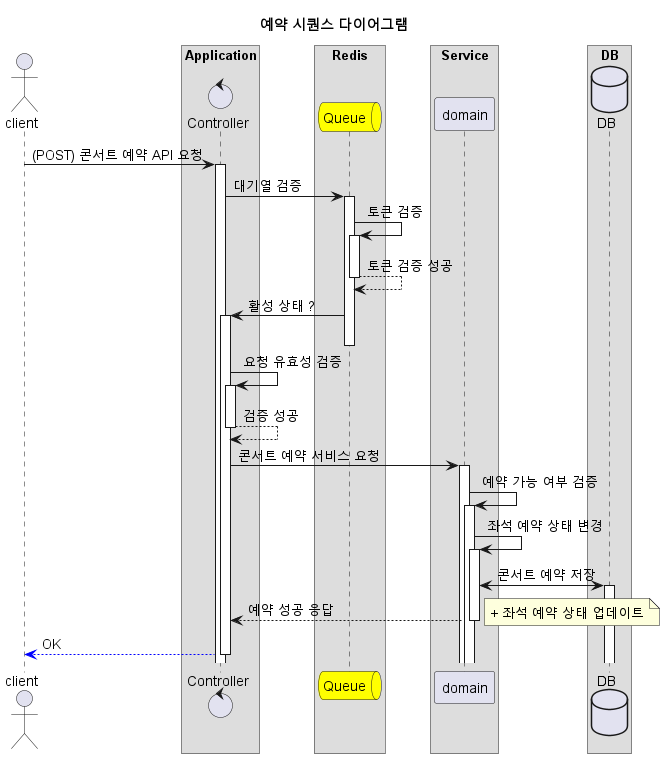
Above: docs/sequencediagram/booking/booking_sequence_diagram.png in johnowlee/concert-booking (PlantUML), before the change.
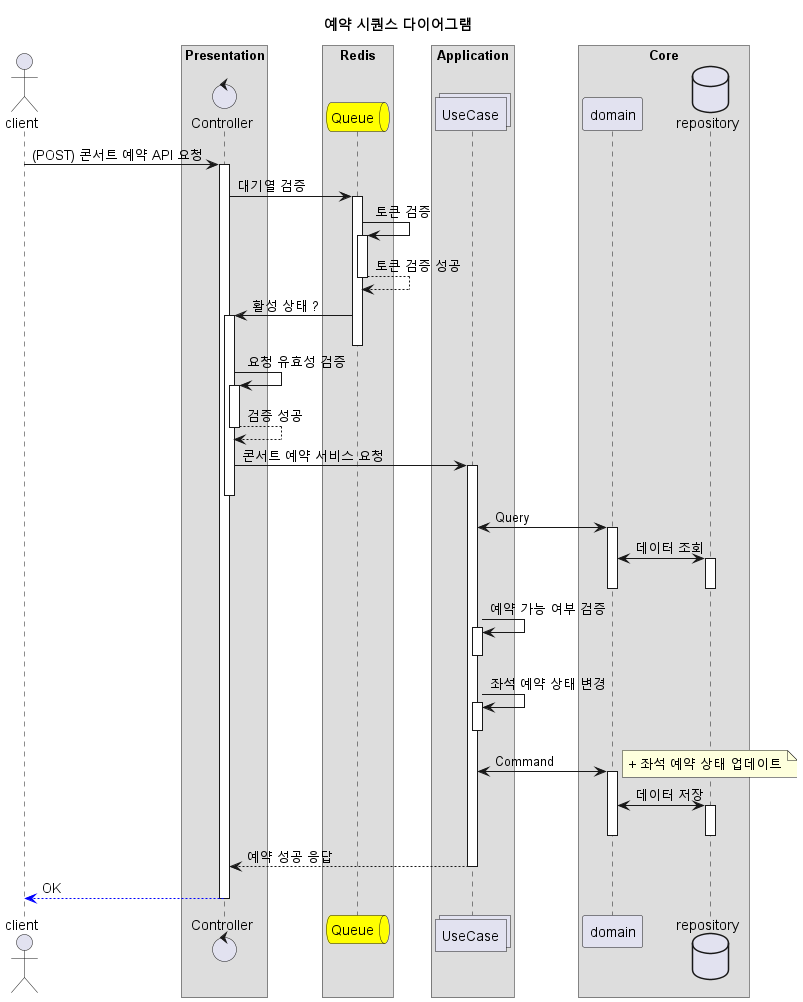
After the change.

What changed in the source:
```diff
@@ -7,44 +7,57 @@
 
 actor client as client
 
-
-box "Application"
-control Controller as controller
+box "Presentation"
+control Controller as presentation
 end box
 
 box "Redis"
 queue Queue as queue #yellow
 end box
 
-box "Service"
-participant domain as domain
+box "Application"
+collections UseCase as application
 end box
 
-box "DB"
-database DB as db
+box "Core"
+participant domain as domain
+database repository as db
 end box
 
-client -> controller : (POST) 콘서트 예약 API 요청
-controller -> queue : 대기열 검증
+
+client -> presentation : (POST) 콘서트 예약 API 요청
+presentation -> queue : 대기열 검증
 queue -> queue : 토큰 검증
 queue --> queue : 토큰 검증 성공
-queue -> controller : 활성 상태 ?
+queue -> presentation : 활성 상태 ?
 deactivate queue
 
+presentation -> presentation : 요청 유효성 검증
+presentation --> presentation : 검증 성공
 
-controller -> controller : 요청 유효성 검증
-controller --> controller : 검증 성공
+presentation -> application : 콘서트 예약 서비스 요청
+deactivate presentation
 
-controller -> domain : 콘서트 예약 서비스 요청
-domain -> domain : 예약 가능 여부 검증
-domain -> domain : 좌석 예약 상태 변경
-domain <-> db : 콘서트 예약 저장
+application <-> domain : Query
+domain <-> db : 데이터 조회
+deactivate db
+deactivate domain
 
-domain --> controller : 예약 성공 응답
+application -> application : 예약 가능 여부 검증
+deactivate application
+application -> application : 좌석 예약 상태 변경
+deactivate application
+application <-> domain : Command
 note right
 + 좌석 예약 상태 업데이트
 end note
-controller --[#blue]> client : OK
+
+domain <-> db : 데이터 저장
+deactivate db
+deactivate domain
+
+application --> presentation : 예약 성공 응답
+presentation --[#blue]> client : OK
 
 
 @enduml
```
